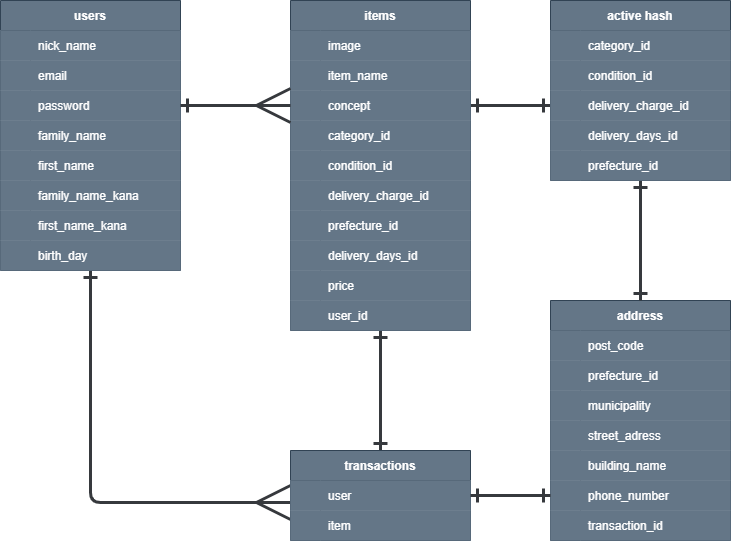
The draw.io diagram furima-39876.png in tomoR2/furima-39876, before a commit. Source tidied: cells renumbered, new cells last; positions are measured from the earlier drawing's top-left corner, leaving out a move shared by most shapes.
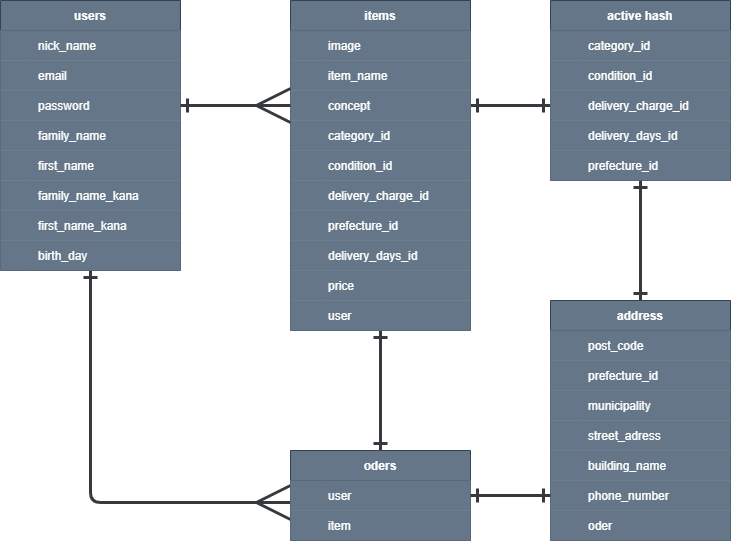
The same diagram one commit later.

The edit, as a diff of the source:
```diff
@@ -187,10 +187,10 @@
     <mxCell id="60" style="shape=partialRectangle;top=0;left=0;bottom=0;right=0;overflow=hidden;fillColor=#647687;labelBackgroundColor=none;strokeColor=#314354;fontColor=#ffffff;" parent="59" vertex="1">
       <mxGeometry width="30" height="30" as="geometry" />
     </mxCell>
-    <mxCell id="61" value="user_id" style="shape=partialRectangle;top=0;left=0;bottom=0;right=0;align=left;spacingLeft=6;overflow=hidden;fillColor=#647687;labelBackgroundColor=none;strokeColor=#314354;fontColor=#ffffff;" parent="59" vertex="1">
+    <mxCell id="61" value="user" style="shape=partialRectangle;top=0;left=0;bottom=0;right=0;align=left;spacingLeft=6;overflow=hidden;fillColor=#647687;labelBackgroundColor=none;strokeColor=#314354;fontColor=#ffffff;" parent="59" vertex="1">
       <mxGeometry x="30" width="150" height="30" as="geometry" />
     </mxCell>
-    <mxCell id="62" value="transactions" style="shape=table;startSize=30;rowLines=0;fontStyle=1;align=center;fillColor=#647687;labelBackgroundColor=none;strokeColor=#314354;fontColor=#ffffff;" parent="1" vertex="1">
+    <mxCell id="62" value="oders" style="shape=table;startSize=30;rowLines=0;fontStyle=1;align=center;fillColor=#647687;labelBackgroundColor=none;strokeColor=#314354;fontColor=#ffffff;" parent="1" vertex="1">
       <mxGeometry x="290" y="450" width="180" height="90" as="geometry" />
     </mxCell>
     <mxCell id="63" style="shape=tableRow;horizontal=0;startSize=0;swimlaneHead=0;swimlaneBody=0;points=[[0,0.5],[1,0.5]];portConstraint=eastwest;top=0;left=0;right=0;bottom=0;fillColor=#647687;labelBackgroundColor=none;strokeColor=#314354;fontColor=#ffffff;" parent="62" vertex="1">
@@ -277,7 +277,7 @@
     <mxCell id="90" style="shape=partialRectangle;top=0;left=0;bottom=0;right=0;overflow=hidden;fillColor=#647687;labelBackgroundColor=none;strokeColor=#314354;fontColor=#ffffff;" parent="89" vertex="1">
       <mxGeometry width="30" height="30" as="geometry" />
     </mxCell>
-    <mxCell id="91" value="transaction_id" style="shape=partialRectangle;top=0;left=0;bottom=0;right=0;align=left;spacingLeft=6;overflow=hidden;fillColor=#647687;labelBackgroundColor=none;strokeColor=#314354;fontColor=#ffffff;" parent="89" vertex="1">
+    <mxCell id="91" value="oder" style="shape=partialRectangle;top=0;left=0;bottom=0;right=0;align=left;spacingLeft=6;overflow=hidden;fillColor=#647687;labelBackgroundColor=none;strokeColor=#314354;fontColor=#ffffff;" parent="89" vertex="1">
       <mxGeometry x="30" width="150" height="30" as="geometry" />
     </mxCell>
     <mxCell id="92" style="edgeStyle=none;rounded=1;sketch=0;jumpStyle=none;jumpSize=6;html=1;exitX=1;exitY=0.5;exitDx=0;exitDy=0;entryX=0;entryY=0.5;entryDx=0;entryDy=0;labelBackgroundColor=none;strokeWidth=3;startArrow=ERone;startFill=0;endArrow=ERone;endFill=0;startSize=10;endSize=10;fillColor=#eeeeee;strokeColor=#36393d;" parent="1" edge="1" source="63" target="86">
```
